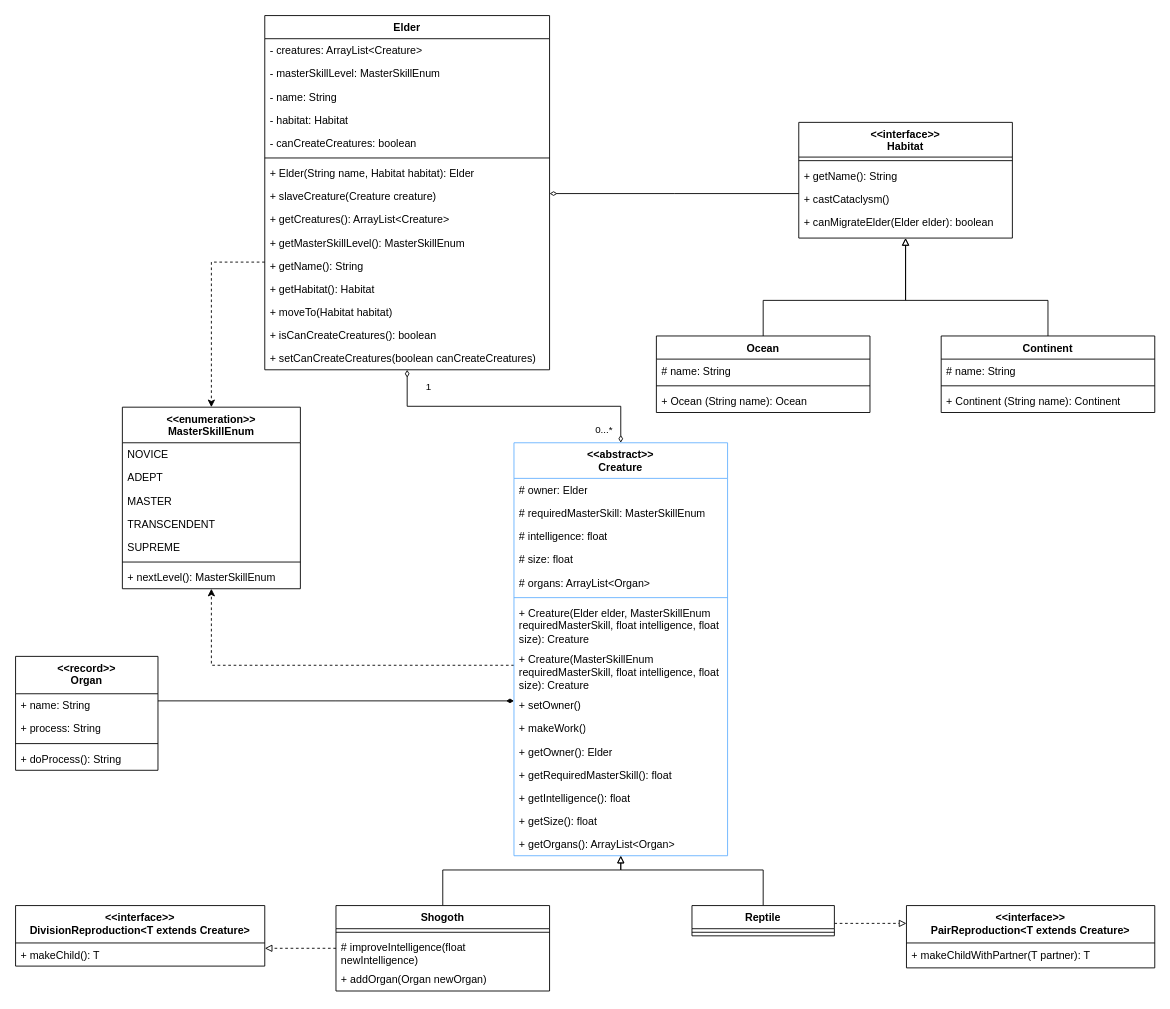
Before: Class diagram.drawio in AskarKasimov/programming-lab-3, a draw.io diagram. Source tidied: cells renumbered, new cells numbered last; positions are measured from the earlier drawing's top-left corner, leaving out a move shared by most shapes. Both pictures are drawn from the tidied source at 89%, with x=0, y=0 at pixel (15, 15).
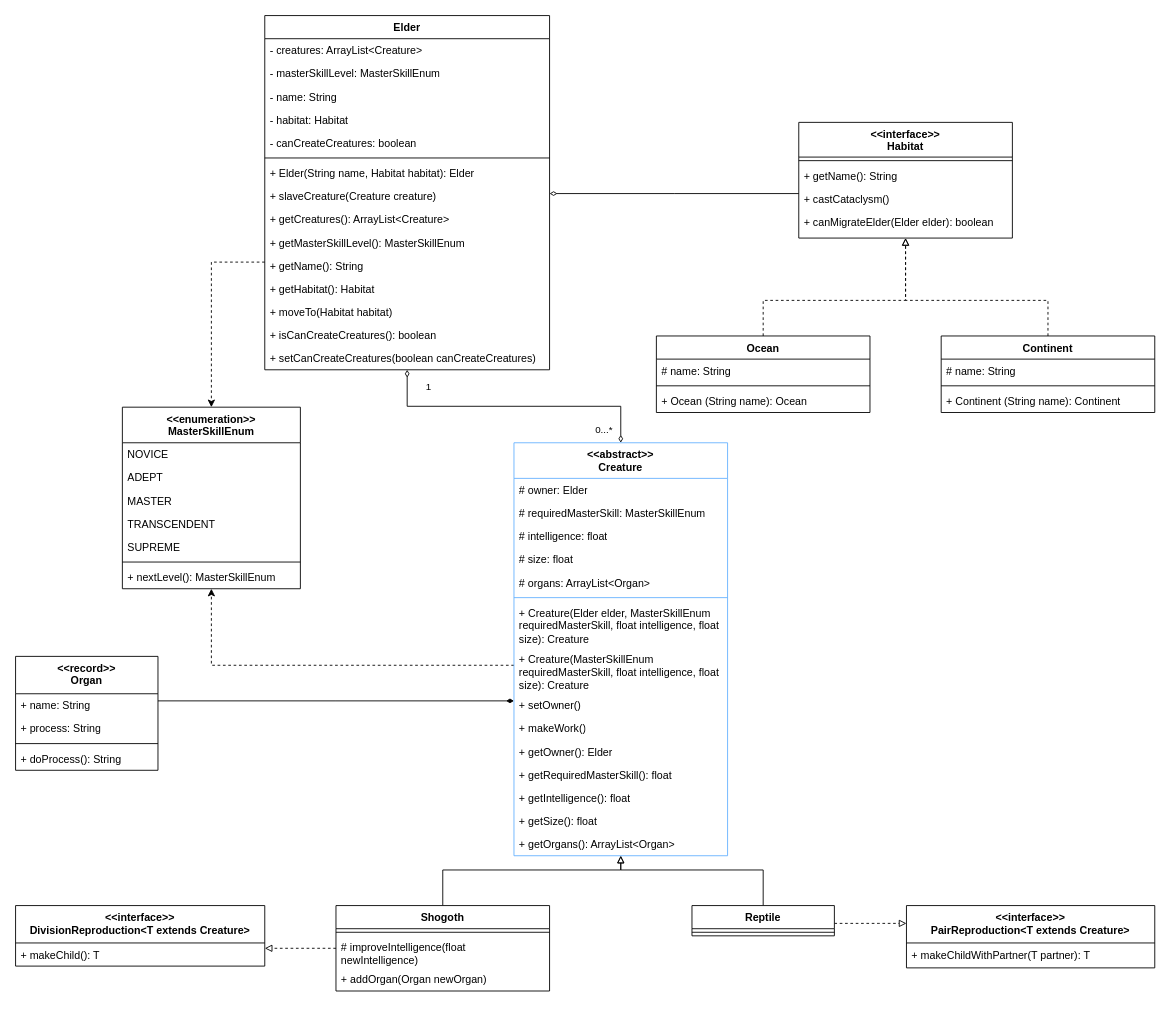
The same diagram, later.

Commit message:
interface arrow fix

Unchanged cells that the change refers to:
```xml
<mxCell id="22" value="&lt;div&gt;&amp;lt;&amp;lt;interface&amp;gt;&amp;gt;&lt;/div&gt;Habitat" style="swimlane;fontStyle=1;align=center;verticalAlign=top;horizontal=1;startSize=39;whiteSpace=wrap;html=1;strokeColor=#000000;" parent="1" vertex="1">
  <mxGeometry x="880" y="120" width="240" height="130" as="geometry" />
</mxCell>
<mxCell id="28" value="Ocean" style="swimlane;fontStyle=1;align=center;verticalAlign=top;horizontal=1;startSize=26;whiteSpace=wrap;html=1;" parent="1" vertex="1">
  <mxGeometry x="720" y="360" width="240" height="86" as="geometry" />
</mxCell>
<mxCell id="33" value="Continent" style="swimlane;fontStyle=1;align=center;verticalAlign=top;horizontal=1;startSize=26;whiteSpace=wrap;html=1;" parent="1" vertex="1">
  <mxGeometry x="1040" y="360" width="240" height="86" as="geometry" />
</mxCell>
```

What changed in the source:
```diff
@@
-    <mxCell id="27" style="edgeStyle=orthogonalEdgeStyle;rounded=0;jettySize=auto;html=1;endArrow=block;endFill=0;" parent="1" edge="1" source="28" target="22">
+    <mxCell id="27" style="edgeStyle=orthogonalEdgeStyle;rounded=0;jettySize=auto;html=1;endArrow=block;endFill=0;dashed=1;" parent="1" edge="1" source="28" target="22">
       <mxGeometry relative="1" as="geometry">
         <Array as="points">
           <mxPoint x="840" y="320" />
           <mxPoint x="1000" y="320" />
         </Array>
       </mxGeometry>
     </mxCell>
@@
-    <mxCell id="32" style="edgeStyle=orthogonalEdgeStyle;rounded=0;jettySize=auto;html=1;endArrow=block;endFill=0;" parent="1" edge="1" source="33" target="22">
+    <mxCell id="32" style="edgeStyle=orthogonalEdgeStyle;rounded=0;jettySize=auto;html=1;endArrow=block;endFill=0;dashed=1;" parent="1" edge="1" source="33" target="22">
       <mxGeometry relative="1" as="geometry">
         <Array as="points">
           <mxPoint x="1160" y="320" />
           <mxPoint x="1000" y="320" />
         </Array>
       </mxGeometry>
     </mxCell>
```
